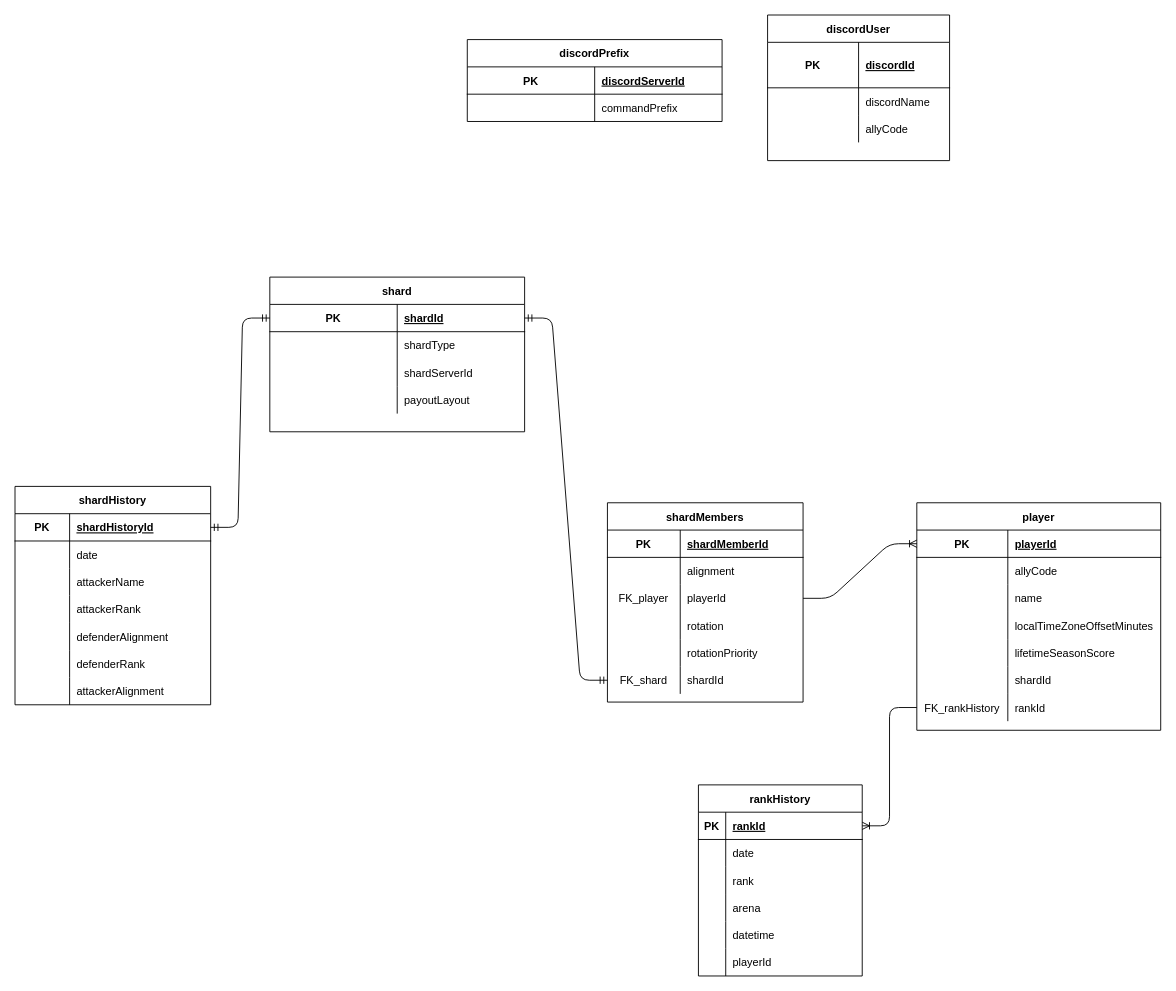
LNU-Developer/1DV612-Short-System-Design-Report keeps this draw.io diagram as database.drawio. Above is the earlier version. Source tidied: cells renumbered, new cells numbered last; positions are measured from the earlier drawing's top-left corner, leaving out a move shared by most shapes. Both pictures are drawn from the tidied source at 91%, with x=0, y=0 at pixel (15, 15).
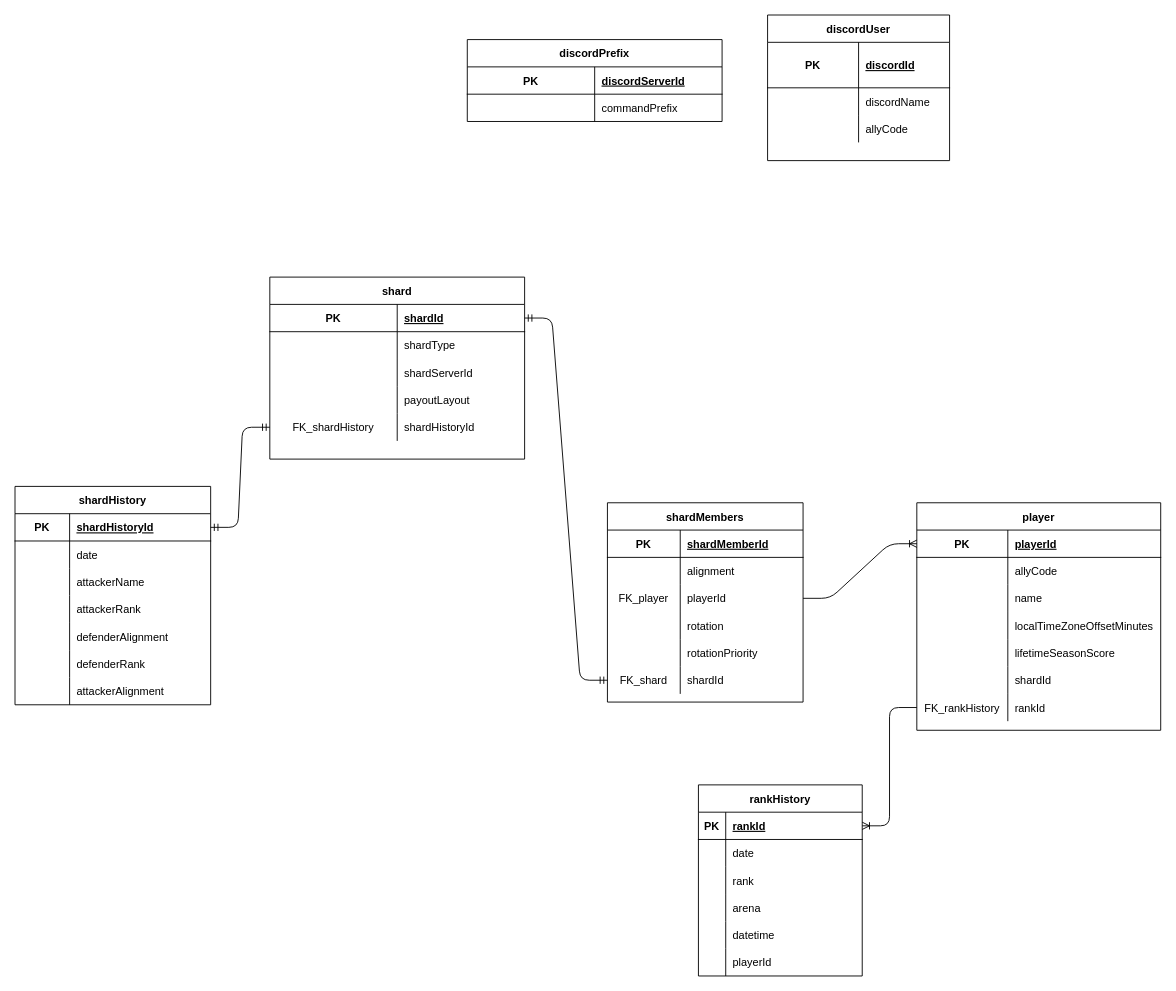
The same page after the edit.

The change refers to these unchanged cells:
```xml
<mxCell id="25" style="shape=partialRectangle;fillColor=none;top=0;left=0;bottom=1;right=0;points=[[0,0.5],[1,0.5]];portConstraint=eastwest;" parent="24" vertex="1">
  <mxGeometry y="30" width="280" height="30" as="geometry" />
</mxCell>
<mxCell id="96" style="shape=partialRectangle;fillColor=none;top=0;left=0;bottom=1;right=0;points=[[0,0.5],[1,0.5]];portConstraint=eastwest;" parent="95" vertex="1">
  <mxGeometry y="30" width="215" height="30" as="geometry" />
</mxCell>
```

Diff of the diagram source:
```diff
@@
     <mxCell id="24" value="shard" style="shape=table;startSize=30;childLayout=tableLayout;rowLines=0;fontStyle=1;align=center;" parent="1" vertex="1">
-      <mxGeometry x="280" y="288" width="280" height="170" as="geometry" />
+      <mxGeometry x="280" y="288" width="280" height="200" as="geometry" />
     </mxCell>
@@
+    <mxCell id="118" style="shape=partialRectangle;fillColor=none;top=0;left=0;bottom=0;right=0;points=[[0,0.5],[1,0.5]];portConstraint=eastwest;" parent="24" vertex="1">
+      <mxGeometry y="150" width="280" height="30" as="geometry" />
+    </mxCell>
+    <mxCell id="119" value="FK_shardHistory" style="shape=partialRectangle;fillColor=none;top=0;left=0;bottom=0;right=0;overflow=hidden;" parent="118" vertex="1">
+      <mxGeometry width="140" height="30" as="geometry" />
+    </mxCell>
+    <mxCell id="120" value="shardHistoryId" style="shape=partialRectangle;fillColor=none;top=0;left=0;bottom=0;right=0;align=left;spacingLeft=6;overflow=hidden;" parent="118" vertex="1">
+      <mxGeometry x="140" width="140" height="30" as="geometry" />
+    </mxCell>
@@
-    <mxCell id="117" style="edgeStyle=entityRelationEdgeStyle;fontSize=12;html=1;endArrow=ERmandOne;startArrow=ERmandOne;entryX=0;entryY=0.5;entryDx=0;entryDy=0;" parent="1" edge="1" source="96" target="25">
+    <mxCell id="117" style="edgeStyle=entityRelationEdgeStyle;fontSize=12;html=1;endArrow=ERmandOne;startArrow=ERmandOne;entryX=0;entryY=0.5;entryDx=0;entryDy=0;" parent="1" edge="1" source="96" target="118">
       <mxGeometry relative="1" as="geometry" />
     </mxCell>
```
